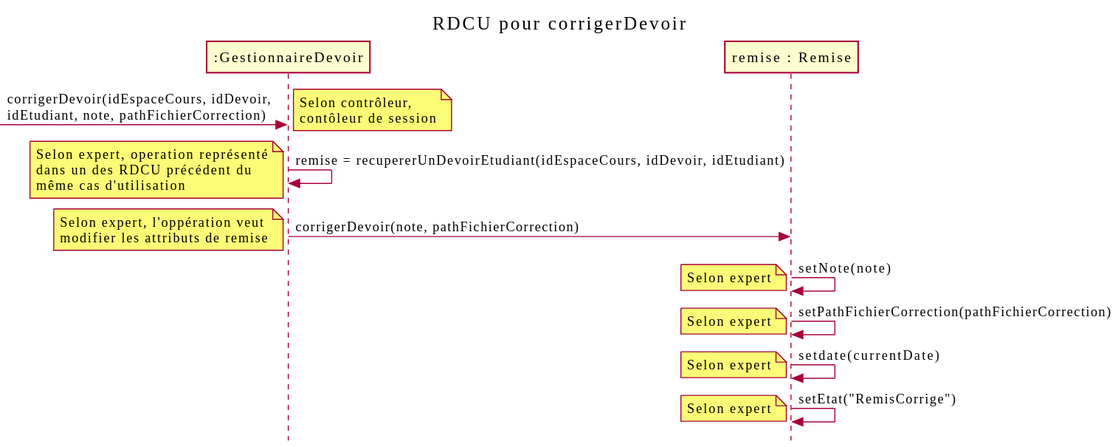
Before: out/docs/CorrigerDevoir/RDCU_corrigerDevoir/corrigerDevoir.svg, a diagram exported from PlantUML (nerdz88/SGA-TS). Source of this version:
```plantuml
@startuml
skinparam style strictuml
skinparam defaultfontname Verdana
title RDCU pour corrigerDevoir
participant ":GestionnaireDevoir" as gestionnaireDevoir
participant "remise : Remise" as remise

-> gestionnaireDevoir : corrigerDevoir(idEspaceCours, idDevoir,\nidEtudiant, note, pathFichierCorrection)
note left : Selon contrôleur,\ncontôleur de session
gestionnaireDevoir -> gestionnaireDevoir : remise = recupererUnDevoirEtudiant(idEspaceCours, idDevoir, idEtudiant)
note left : Selon expert, operation représenté\ndans un des RDCU précédent du\nmême cas d'utilisation
gestionnaireDevoir -> remise : corrigerDevoir(note, pathFichierCorrection)
note left : Selon expert, l'oppération veut\nmodifier les attributs de remise
remise -> remise : setNote(note)
note left : Selon expert
remise -> remise : setPathFichierCorrection(pathFichierCorrection)
note left : Selon expert
remise -> remise : setdate(currentDate)
note left : Selon expert
remise -> remise : setEtat("RemisCorrige")
note left : Selon expert
@enduml
```
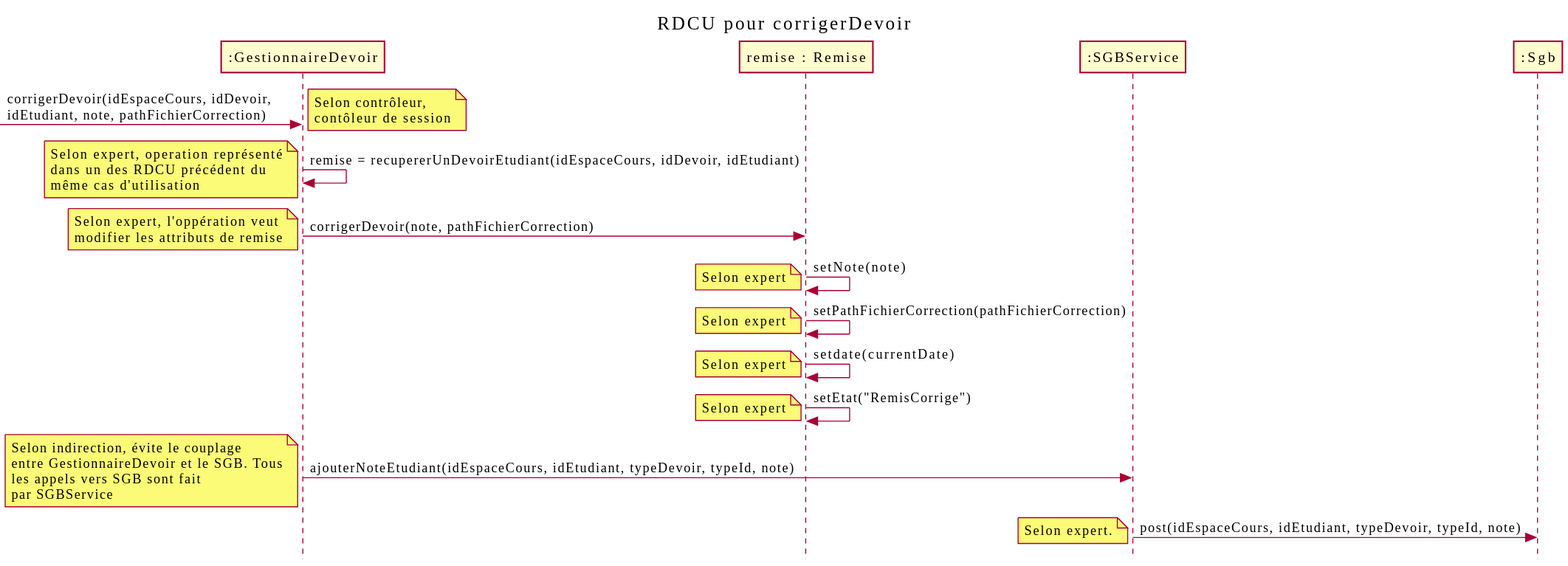
After the commit.

The edit, as a diff of the source:
```diff
@@ -4,6 +4,8 @@
 title RDCU pour corrigerDevoir
 participant ":GestionnaireDevoir" as gestionnaireDevoir
 participant "remise : Remise" as remise
+participant ":SGBService" as service
+participant ":Sgb" as sgb
 
 -> gestionnaireDevoir : corrigerDevoir(idEspaceCours, idDevoir,\nidEtudiant, note, pathFichierCorrection)
 note left : Selon contrôleur,\ncontôleur de session
@@ -19,4 +21,9 @@
 note left : Selon expert
 remise -> remise : setEtat("RemisCorrige")
 note left : Selon expert
+
+gestionnaireDevoir -> service : ajouterNoteEtudiant(idEspaceCours, idEtudiant, typeDevoir, typeId, note)
+note left : Selon indirection, évite le couplage\nentre GestionnaireDevoir et le SGB. Tous\nles appels vers SGB sont fait\npar SGBService
+service -> sgb : post(idEspaceCours, idEtudiant, typeDevoir, typeId, note)
+note left : Selon expert.
 @enduml
```
